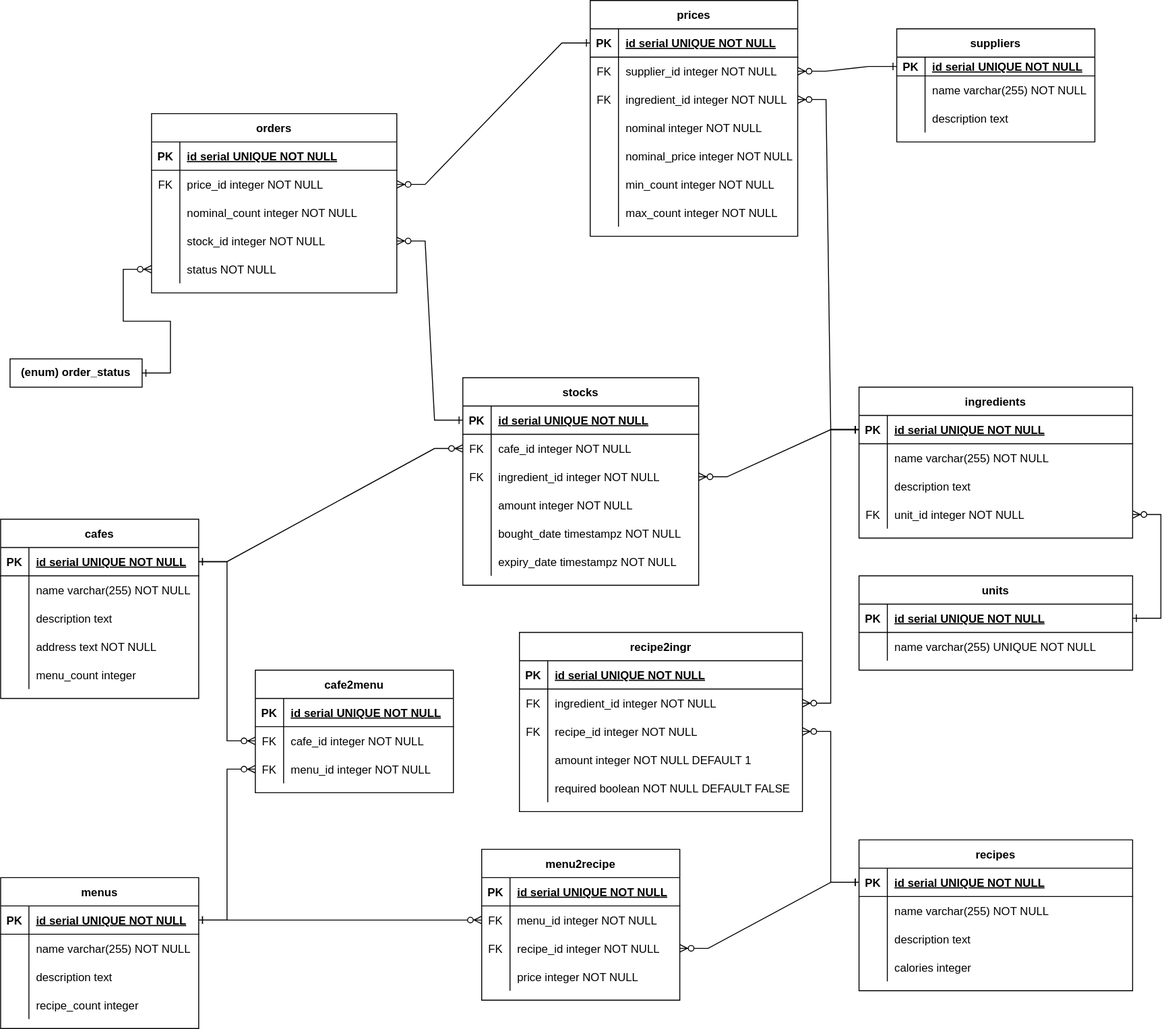
Above: doc/fig/datalogical.svg in zubrailx/university-itmo (draw.io), before the change. Source tidied: cells renumbered, new cells last; positions are measured from the earlier drawing's top-left corner, leaving out a move shared by most shapes.
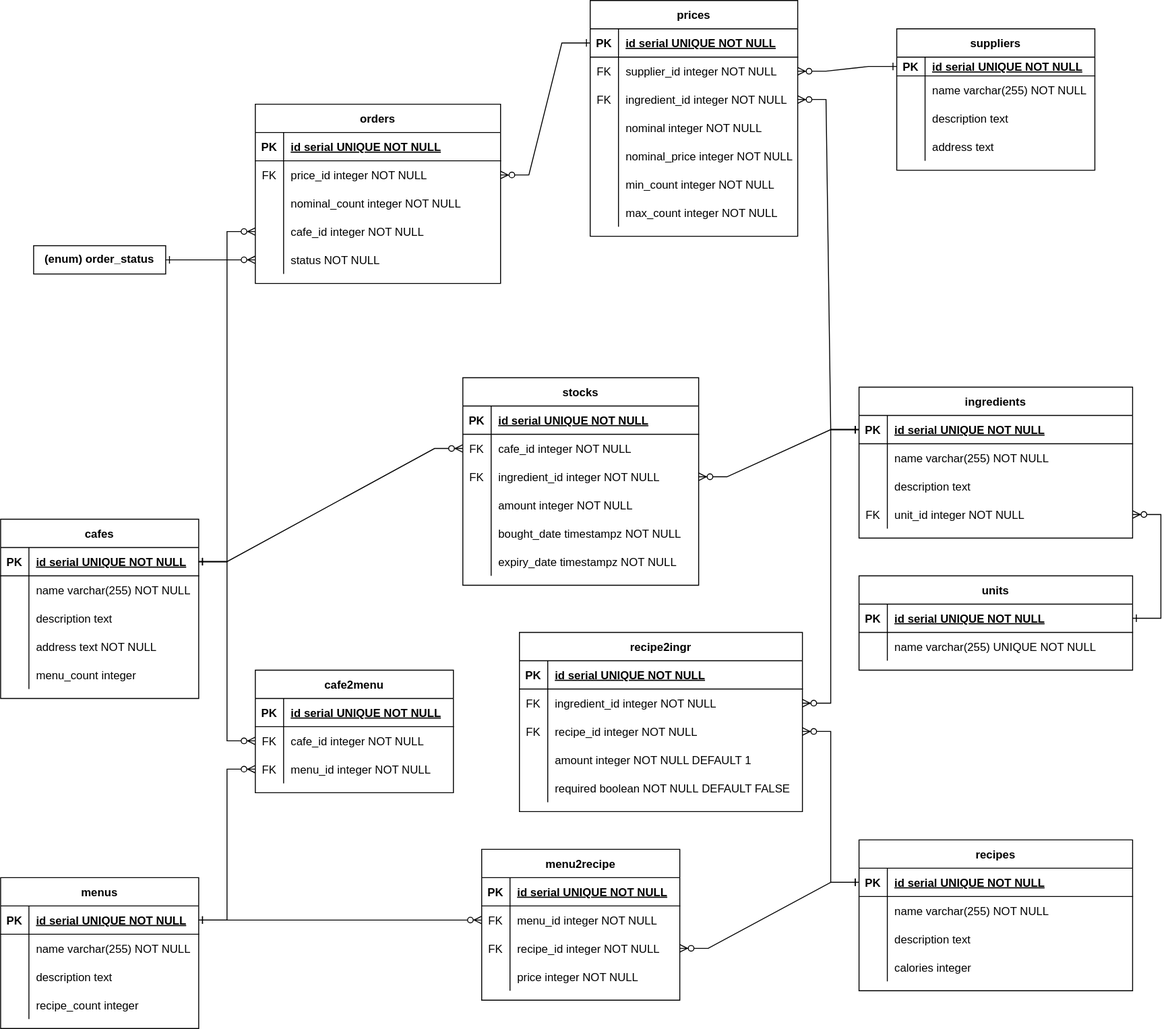
Later version of the same file.

Diff of the diagram source:
```diff
@@ -3,7 +3,7 @@
     <mxCell id="0" />
     <mxCell id="1" parent="0" />
     <mxCell id="2" value="suppliers" style="shape=table;startSize=30;rowLines=0;fontStyle=1;align=center;" parent="1" vertex="1">
-      <mxGeometry x="950" y="30" width="210" height="120" as="geometry" />
+      <mxGeometry x="950" y="30" width="210" height="150" as="geometry" />
     </mxCell>
     <mxCell id="3" style="shape=tableRow;horizontal=0;startSize=0;swimlaneHead=0;swimlaneBody=0;fillColor=none;points=[[0,0.5],[1,0.5]];portConstraint=eastwest;top=0;left=0;right=0;bottom=1;" parent="2" vertex="1">
       <mxGeometry y="30" width="210" height="20" as="geometry" />
@@ -32,6 +32,15 @@
     <mxCell id="11" value="description text" style="shape=partialRectangle;fillColor=none;top=0;left=0;bottom=0;right=0;align=left;spacingLeft=6;overflow=hidden;" parent="9" vertex="1">
       <mxGeometry x="30" width="180" height="30" as="geometry" />
     </mxCell>
+    <mxCell id="186" style="shape=tableRow;horizontal=0;startSize=0;swimlaneHead=0;swimlaneBody=0;fillColor=none;top=0;left=0;right=0;bottom=0;" parent="2" vertex="1">
+      <mxGeometry y="110" width="210" height="30" as="geometry" />
+    </mxCell>
+    <mxCell id="187" style="shape=partialRectangle;fillColor=none;top=0;left=0;bottom=0;right=0;overflow=hidden;" parent="186" vertex="1">
+      <mxGeometry width="30" height="30" as="geometry" />
+    </mxCell>
+    <mxCell id="188" value="address text" style="shape=partialRectangle;fillColor=none;top=0;left=0;bottom=0;right=0;align=left;spacingLeft=6;overflow=hidden;" parent="186" vertex="1">
+      <mxGeometry x="30" width="180" height="30" as="geometry" />
+    </mxCell>
     <mxCell id="12" value="ingredients" style="shape=table;startSize=30;rowLines=0;fontStyle=1;align=center;" parent="1" vertex="1">
       <mxGeometry x="910" y="410" width="290" height="160" as="geometry" />
     </mxCell>
@@ -492,7 +501,7 @@
       <mxGeometry x="30" width="260" height="30" as="geometry" />
     </mxCell>
     <mxCell id="165" value="orders" style="shape=table;startSize=30;rowLines=0;fontStyle=1;align=center;" parent="1" vertex="1">
-      <mxGeometry x="160" y="120" width="260" height="190" as="geometry" />
+      <mxGeometry x="270" y="110" width="260" height="190" as="geometry" />
     </mxCell>
     <mxCell id="166" style="shape=tableRow;horizontal=0;startSize=0;swimlaneHead=0;swimlaneBody=0;fillColor=none;top=0;left=0;right=0;bottom=1;" parent="165" vertex="1">
       <mxGeometry y="30" width="260" height="30" as="geometry" />
@@ -527,7 +536,7 @@
     <mxCell id="176" style="shape=partialRectangle;fillColor=none;top=0;left=0;bottom=0;right=0;overflow=hidden;" parent="175" vertex="1">
       <mxGeometry width="30" height="30" as="geometry" />
     </mxCell>
-    <mxCell id="177" value="stock_id integer NOT NULL" style="shape=partialRectangle;fillColor=none;top=0;left=0;bottom=0;right=0;align=left;spacingLeft=6;overflow=hidden;" parent="175" vertex="1">
+    <mxCell id="177" value="cafe_id integer NOT NULL" style="shape=partialRectangle;fillColor=none;top=0;left=0;bottom=0;right=0;align=left;spacingLeft=6;overflow=hidden;" parent="175" vertex="1">
       <mxGeometry x="30" width="230" height="30" as="geometry" />
     </mxCell>
     <mxCell id="178" style="shape=tableRow;horizontal=0;startSize=0;swimlaneHead=0;swimlaneBody=0;fillColor=none;points=[[0,0.5],[1,0.5]];portConstraint=eastwest;top=0;left=0;right=0;bottom=0;" parent="165" vertex="1">
@@ -542,14 +551,11 @@
     <mxCell id="181" style="edgeStyle=entityRelationEdgeStyle;fontSize=12;html=1;endArrow=ERzeroToMany;endFill=1;rounded=0;startArrow=ERone;startFill=0;exitX=0;exitY=0.5;exitDx=0;exitDy=0;entryX=1;entryY=0.5;entryDx=0;entryDy=0;" parent="1" edge="1" source="68" target="169">
       <mxGeometry relative="1" as="geometry" />
     </mxCell>
-    <mxCell id="182" style="edgeStyle=entityRelationEdgeStyle;fontSize=12;html=1;endArrow=ERzeroToMany;endFill=1;rounded=0;startArrow=ERone;startFill=0;entryX=1;entryY=0.5;entryDx=0;entryDy=0;exitX=0;exitY=0.5;exitDx=0;exitDy=0;" parent="1" edge="1" source="90" target="175">
+    <mxCell id="182" style="edgeStyle=entityRelationEdgeStyle;fontSize=12;html=1;endArrow=ERzeroToMany;endFill=1;rounded=0;startArrow=ERone;startFill=0;entryX=0;entryY=0.5;entryDx=0;entryDy=0;exitX=1;exitY=0.5;exitDx=0;exitDy=0;" parent="1" edge="1" source="52" target="175">
       <mxGeometry relative="1" as="geometry" />
     </mxCell>
-    <mxCell id="183" style="edgeStyle=entityRelationEdgeStyle;fontSize=12;html=1;endArrow=ERzeroToMany;endFill=1;rounded=0;startArrow=ERone;startFill=0;entryX=0;entryY=0.5;entryDx=0;entryDy=0;exitX=1;exitY=0.5;exitDx=0;exitDy=0;" parent="1" edge="1" source="x" target="178">
-      <mxGeometry relative="1" as="geometry" />
-    </mxCell>
     <mxCell id="184" value="&lt;b&gt;(enum) order_status&lt;br&gt;&lt;/b&gt;" style="rounded=0;whiteSpace=wrap;html=1;" parent="1" vertex="1">
-      <mxGeometry x="10" y="380" width="140" height="30" as="geometry" />
+      <mxGeometry x="35" y="260" width="140" height="30" as="geometry" />
     </mxCell>
     <mxCell id="185" style="edgeStyle=entityRelationEdgeStyle;fontSize=12;html=1;endArrow=ERzeroToMany;endFill=1;rounded=0;startArrow=ERone;startFill=0;entryX=0;entryY=0.5;entryDx=0;entryDy=0;exitX=1;exitY=0.5;exitDx=0;exitDy=0;" parent="1" edge="1" source="184" target="178">
       <mxGeometry relative="1" as="geometry" />
```
